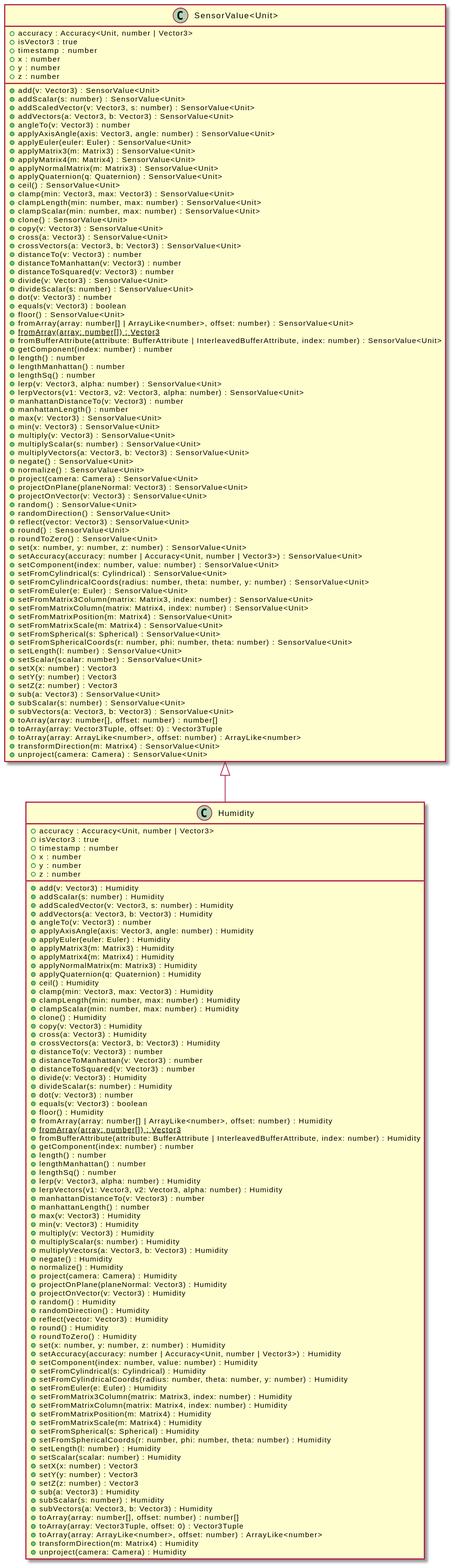
Earlier version of the PlantUML export assets/Humidity-umlClassDiagram-6049.svg (OpenHPS/openhps-core). The source it was exported from:
```plantuml
@startuml
skinparam BackgroundColor transparent
hide empty methods
hide empty fields
class "Humidity" {
    +accuracy : Accuracy<Unit, number | Vector3>
    +isVector3 : true
    +timestamp : number
    +x : number
    +y : number
    +z : number
    +add(v: Vector3) : Humidity
    +addScalar(s: number) : Humidity
    +addScaledVector(v: Vector3, s: number) : Humidity
    +addVectors(a: Vector3, b: Vector3) : Humidity
    +angleTo(v: Vector3) : number
    +applyAxisAngle(axis: Vector3, angle: number) : Humidity
    +applyEuler(euler: Euler) : Humidity
    +applyMatrix3(m: Matrix3) : Humidity
    +applyMatrix4(m: Matrix4) : Humidity
    +applyNormalMatrix(m: Matrix3) : Humidity
    +applyQuaternion(q: Quaternion) : Humidity
    +ceil() : Humidity
    +clamp(min: Vector3, max: Vector3) : Humidity
    +clampLength(min: number, max: number) : Humidity
    +clampScalar(min: number, max: number) : Humidity
    +clone() : Humidity
    +copy(v: Vector3) : Humidity
    +cross(a: Vector3) : Humidity
    +crossVectors(a: Vector3, b: Vector3) : Humidity
    +distanceTo(v: Vector3) : number
    +distanceToManhattan(v: Vector3) : number
    +distanceToSquared(v: Vector3) : number
    +divide(v: Vector3) : Humidity
    +divideScalar(s: number) : Humidity
    +dot(v: Vector3) : number
    +equals(v: Vector3) : boolean
    +floor() : Humidity
    +fromArray(array: number[] | ArrayLike<number>, offset: number) : Humidity
    {static} +fromArray(array: number[]) : Vector3
    +fromBufferAttribute(attribute: BufferAttribute | InterleavedBufferAttribute, index: number) : Humidity
    +getComponent(index: number) : number
    +length() : number
    +lengthManhattan() : number
    +lengthSq() : number
    +lerp(v: Vector3, alpha: number) : Humidity
    +lerpVectors(v1: Vector3, v2: Vector3, alpha: number) : Humidity
    +manhattanDistanceTo(v: Vector3) : number
    +manhattanLength() : number
    +max(v: Vector3) : Humidity
    +min(v: Vector3) : Humidity
    +multiply(v: Vector3) : Humidity
    +multiplyScalar(s: number) : Humidity
    +multiplyVectors(a: Vector3, b: Vector3) : Humidity
    +negate() : Humidity
    +normalize() : Humidity
    +project(camera: Camera) : Humidity
    +projectOnPlane(planeNormal: Vector3) : Humidity
    +projectOnVector(v: Vector3) : Humidity
    +random() : Humidity
    +randomDirection() : Humidity
    +reflect(vector: Vector3) : Humidity
    +round() : Humidity
    +roundToZero() : Humidity
    +set(x: number, y: number, z: number) : Humidity
    +setAccuracy(accuracy: number | Accuracy<Unit, number | Vector3>) : Humidity
    +setComponent(index: number, value: number) : Humidity
    +setFromCylindrical(s: Cylindrical) : Humidity
    +setFromCylindricalCoords(radius: number, theta: number, y: number) : Humidity
    +setFromEuler(e: Euler) : Humidity
    +setFromMatrix3Column(matrix: Matrix3, index: number) : Humidity
    +setFromMatrixColumn(matrix: Matrix4, index: number) : Humidity
    +setFromMatrixPosition(m: Matrix4) : Humidity
    +setFromMatrixScale(m: Matrix4) : Humidity
    +setFromSpherical(s: Spherical) : Humidity
    +setFromSphericalCoords(r: number, phi: number, theta: number) : Humidity
    +setLength(l: number) : Humidity
    +setScalar(scalar: number) : Humidity
    +setX(x: number) : Vector3
    +setY(y: number) : Vector3
    +setZ(z: number) : Vector3
    +sub(a: Vector3) : Humidity
    +subScalar(s: number) : Humidity
    +subVectors(a: Vector3, b: Vector3) : Humidity
    +toArray(array: number[], offset: number) : number[]
    +toArray(array: Vector3Tuple, offset: 0) : Vector3Tuple
    +toArray(array: ArrayLike<number>, offset: number) : ArrayLike<number>
    +transformDirection(m: Matrix4) : Humidity
    +unproject(camera: Camera) : Humidity
}
class "SensorValue<Unit>" {
    +accuracy : Accuracy<Unit, number | Vector3>
    +isVector3 : true
    +timestamp : number
    +x : number
    +y : number
    +z : number
    +add(v: Vector3) : SensorValue<Unit>
    +addScalar(s: number) : SensorValue<Unit>
    +addScaledVector(v: Vector3, s: number) : SensorValue<Unit>
    +addVectors(a: Vector3, b: Vector3) : SensorValue<Unit>
    +angleTo(v: Vector3) : number
    +applyAxisAngle(axis: Vector3, angle: number) : SensorValue<Unit>
    +applyEuler(euler: Euler) : SensorValue<Unit>
    +applyMatrix3(m: Matrix3) : SensorValue<Unit>
    +applyMatrix4(m: Matrix4) : SensorValue<Unit>
    +applyNormalMatrix(m: Matrix3) : SensorValue<Unit>
    +applyQuaternion(q: Quaternion) : SensorValue<Unit>
    +ceil() : SensorValue<Unit>
    +clamp(min: Vector3, max: Vector3) : SensorValue<Unit>
    +clampLength(min: number, max: number) : SensorValue<Unit>
    +clampScalar(min: number, max: number) : SensorValue<Unit>
    +clone() : SensorValue<Unit>
    +copy(v: Vector3) : SensorValue<Unit>
    +cross(a: Vector3) : SensorValue<Unit>
    +crossVectors(a: Vector3, b: Vector3) : SensorValue<Unit>
    +distanceTo(v: Vector3) : number
    +distanceToManhattan(v: Vector3) : number
    +distanceToSquared(v: Vector3) : number
    +divide(v: Vector3) : SensorValue<Unit>
    +divideScalar(s: number) : SensorValue<Unit>
    +dot(v: Vector3) : number
    +equals(v: Vector3) : boolean
    +floor() : SensorValue<Unit>
    +fromArray(array: number[] | ArrayLike<number>, offset: number) : SensorValue<Unit>
    {static} +fromArray(array: number[]) : Vector3
    +fromBufferAttribute(attribute: BufferAttribute | InterleavedBufferAttribute, index: number) : SensorValue<Unit>
    +getComponent(index: number) : number
    +length() : number
    +lengthManhattan() : number
    +lengthSq() : number
    +lerp(v: Vector3, alpha: number) : SensorValue<Unit>
    +lerpVectors(v1: Vector3, v2: Vector3, alpha: number) : SensorValue<Unit>
    +manhattanDistanceTo(v: Vector3) : number
    +manhattanLength() : number
    +max(v: Vector3) : SensorValue<Unit>
    +min(v: Vector3) : SensorValue<Unit>
    +multiply(v: Vector3) : SensorValue<Unit>
    +multiplyScalar(s: number) : SensorValue<Unit>
    +multiplyVectors(a: Vector3, b: Vector3) : SensorValue<Unit>
    +negate() : SensorValue<Unit>
    +normalize() : SensorValue<Unit>
    +project(camera: Camera) : SensorValue<Unit>
    +projectOnPlane(planeNormal: Vector3) : SensorValue<Unit>
    +projectOnVector(v: Vector3) : SensorValue<Unit>
    +random() : SensorValue<Unit>
    +randomDirection() : SensorValue<Unit>
    +reflect(vector: Vector3) : SensorValue<Unit>
    +round() : SensorValue<Unit>
    +roundToZero() : SensorValue<Unit>
    +set(x: number, y: number, z: number) : SensorValue<Unit>
    +setAccuracy(accuracy: number | Accuracy<Unit, number | Vector3>) : SensorValue<Unit>
    +setComponent(index: number, value: number) : SensorValue<Unit>
    +setFromCylindrical(s: Cylindrical) : SensorValue<Unit>
    +setFromCylindricalCoords(radius: number, theta: number, y: number) : SensorValue<Unit>
    +setFromEuler(e: Euler) : SensorValue<Unit>
    +setFromMatrix3Column(matrix: Matrix3, index: number) : SensorValue<Unit>
    +setFromMatrixColumn(matrix: Matrix4, index: number) : SensorValue<Unit>
    +setFromMatrixPosition(m: Matrix4) : SensorValue<Unit>
    +setFromMatrixScale(m: Matrix4) : SensorValue<Unit>
    +setFromSpherical(s: Spherical) : SensorValue<Unit>
    +setFromSphericalCoords(r: number, phi: number, theta: number) : SensorValue<Unit>
    +setLength(l: number) : SensorValue<Unit>
    +setScalar(scalar: number) : SensorValue<Unit>
    +setX(x: number) : Vector3
    +setY(y: number) : Vector3
    +setZ(z: number) : Vector3
    +sub(a: Vector3) : SensorValue<Unit>
    +subScalar(s: number) : SensorValue<Unit>
    +subVectors(a: Vector3, b: Vector3) : SensorValue<Unit>
    +toArray(array: number[], offset: number) : number[]
    +toArray(array: Vector3Tuple, offset: 0) : Vector3Tuple
    +toArray(array: ArrayLike<number>, offset: number) : ArrayLike<number>
    +transformDirection(m: Matrix4) : SensorValue<Unit>
    +unproject(camera: Camera) : SensorValue<Unit>
}
"SensorValue<Unit>" <|-- "Humidity"
@enduml
```
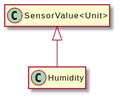
After the commit.

The edit, as a diff of the source:
```diff
@@ -3,176 +3,8 @@
 hide empty methods
 hide empty fields
 class "Humidity" {
-    +accuracy : Accuracy<Unit, number | Vector3>
-    +isVector3 : true
-    +timestamp : number
-    +x : number
-    +y : number
-    +z : number
-    +add(v: Vector3) : Humidity
-    +addScalar(s: number) : Humidity
-    +addScaledVector(v: Vector3, s: number) : Humidity
-    +addVectors(a: Vector3, b: Vector3) : Humidity
-    +angleTo(v: Vector3) : number
-    +applyAxisAngle(axis: Vector3, angle: number) : Humidity
-    +applyEuler(euler: Euler) : Humidity
-    +applyMatrix3(m: Matrix3) : Humidity
-    +applyMatrix4(m: Matrix4) : Humidity
-    +applyNormalMatrix(m: Matrix3) : Humidity
-    +applyQuaternion(q: Quaternion) : Humidity
-    +ceil() : Humidity
-    +clamp(min: Vector3, max: Vector3) : Humidity
-    +clampLength(min: number, max: number) : Humidity
-    +clampScalar(min: number, max: number) : Humidity
-    +clone() : Humidity
-    +copy(v: Vector3) : Humidity
-    +cross(a: Vector3) : Humidity
-    +crossVectors(a: Vector3, b: Vector3) : Humidity
-    +distanceTo(v: Vector3) : number
-    +distanceToManhattan(v: Vector3) : number
-    +distanceToSquared(v: Vector3) : number
-    +divide(v: Vector3) : Humidity
-    +divideScalar(s: number) : Humidity
-    +dot(v: Vector3) : number
-    +equals(v: Vector3) : boolean
-    +floor() : Humidity
-    +fromArray(array: number[] | ArrayLike<number>, offset: number) : Humidity
-    {static} +fromArray(array: number[]) : Vector3
-    +fromBufferAttribute(attribute: BufferAttribute | InterleavedBufferAttribute, index: number) : Humidity
-    +getComponent(index: number) : number
-    +length() : number
-    +lengthManhattan() : number
-    +lengthSq() : number
-    +lerp(v: Vector3, alpha: number) : Humidity
-    +lerpVectors(v1: Vector3, v2: Vector3, alpha: number) : Humidity
-    +manhattanDistanceTo(v: Vector3) : number
-    +manhattanLength() : number
-    +max(v: Vector3) : Humidity
-    +min(v: Vector3) : Humidity
-    +multiply(v: Vector3) : Humidity
-    +multiplyScalar(s: number) : Humidity
-    +multiplyVectors(a: Vector3, b: Vector3) : Humidity
-    +negate() : Humidity
-    +normalize() : Humidity
-    +project(camera: Camera) : Humidity
-    +projectOnPlane(planeNormal: Vector3) : Humidity
-    +projectOnVector(v: Vector3) : Humidity
-    +random() : Humidity
-    +randomDirection() : Humidity
-    +reflect(vector: Vector3) : Humidity
-    +round() : Humidity
-    +roundToZero() : Humidity
-    +set(x: number, y: number, z: number) : Humidity
-    +setAccuracy(accuracy: number | Accuracy<Unit, number | Vector3>) : Humidity
-    +setComponent(index: number, value: number) : Humidity
-    +setFromCylindrical(s: Cylindrical) : Humidity
-    +setFromCylindricalCoords(radius: number, theta: number, y: number) : Humidity
-    +setFromEuler(e: Euler) : Humidity
-    +setFromMatrix3Column(matrix: Matrix3, index: number) : Humidity
-    +setFromMatrixColumn(matrix: Matrix4, index: number) : Humidity
-    +setFromMatrixPosition(m: Matrix4) : Humidity
-    +setFromMatrixScale(m: Matrix4) : Humidity
-    +setFromSpherical(s: Spherical) : Humidity
-    +setFromSphericalCoords(r: number, phi: number, theta: number) : Humidity
-    +setLength(l: number) : Humidity
-    +setScalar(scalar: number) : Humidity
-    +setX(x: number) : Vector3
-    +setY(y: number) : Vector3
-    +setZ(z: number) : Vector3
-    +sub(a: Vector3) : Humidity
-    +subScalar(s: number) : Humidity
-    +subVectors(a: Vector3, b: Vector3) : Humidity
-    +toArray(array: number[], offset: number) : number[]
-    +toArray(array: Vector3Tuple, offset: 0) : Vector3Tuple
-    +toArray(array: ArrayLike<number>, offset: number) : ArrayLike<number>
-    +transformDirection(m: Matrix4) : Humidity
-    +unproject(camera: Camera) : Humidity
 }
 class "SensorValue<Unit>" {
-    +accuracy : Accuracy<Unit, number | Vector3>
-    +isVector3 : true
-    +timestamp : number
-    +x : number
-    +y : number
-    +z : number
-    +add(v: Vector3) : SensorValue<Unit>
-    +addScalar(s: number) : SensorValue<Unit>
-    +addScaledVector(v: Vector3, s: number) : SensorValue<Unit>
-    +addVectors(a: Vector3, b: Vector3) : SensorValue<Unit>
-    +angleTo(v: Vector3) : number
-    +applyAxisAngle(axis: Vector3, angle: number) : SensorValue<Unit>
-    +applyEuler(euler: Euler) : SensorValue<Unit>
-    +applyMatrix3(m: Matrix3) : SensorValue<Unit>
-    +applyMatrix4(m: Matrix4) : SensorValue<Unit>
-    +applyNormalMatrix(m: Matrix3) : SensorValue<Unit>
-    +applyQuaternion(q: Quaternion) : SensorValue<Unit>
-    +ceil() : SensorValue<Unit>
-    +clamp(min: Vector3, max: Vector3) : SensorValue<Unit>
-    +clampLength(min: number, max: number) : SensorValue<Unit>
-    +clampScalar(min: number, max: number) : SensorValue<Unit>
-    +clone() : SensorValue<Unit>
-    +copy(v: Vector3) : SensorValue<Unit>
-    +cross(a: Vector3) : SensorValue<Unit>
-    +crossVectors(a: Vector3, b: Vector3) : SensorValue<Unit>
-    +distanceTo(v: Vector3) : number
-    +distanceToManhattan(v: Vector3) : number
-    +distanceToSquared(v: Vector3) : number
-    +divide(v: Vector3) : SensorValue<Unit>
-    +divideScalar(s: number) : SensorValue<Unit>
-    +dot(v: Vector3) : number
-    +equals(v: Vector3) : boolean
-    +floor() : SensorValue<Unit>
-    +fromArray(array: number[] | ArrayLike<number>, offset: number) : SensorValue<Unit>
-    {static} +fromArray(array: number[]) : Vector3
-    +fromBufferAttribute(attribute: BufferAttribute | InterleavedBufferAttribute, index: number) : SensorValue<Unit>
-    +getComponent(index: number) : number
-    +length() : number
-    +lengthManhattan() : number
-    +lengthSq() : number
-    +lerp(v: Vector3, alpha: number) : SensorValue<Unit>
-    +lerpVectors(v1: Vector3, v2: Vector3, alpha: number) : SensorValue<Unit>
-    +manhattanDistanceTo(v: Vector3) : number
-    +manhattanLength() : number
-    +max(v: Vector3) : SensorValue<Unit>
-    +min(v: Vector3) : SensorValue<Unit>
-    +multiply(v: Vector3) : SensorValue<Unit>
-    +multiplyScalar(s: number) : SensorValue<Unit>
-    +multiplyVectors(a: Vector3, b: Vector3) : SensorValue<Unit>
-    +negate() : SensorValue<Unit>
-    +normalize() : SensorValue<Unit>
-    +project(camera: Camera) : SensorValue<Unit>
-    +projectOnPlane(planeNormal: Vector3) : SensorValue<Unit>
-    +projectOnVector(v: Vector3) : SensorValue<Unit>
-    +random() : SensorValue<Unit>
-    +randomDirection() : SensorValue<Unit>
-    +reflect(vector: Vector3) : SensorValue<Unit>
-    +round() : SensorValue<Unit>
-    +roundToZero() : SensorValue<Unit>
-    +set(x: number, y: number, z: number) : SensorValue<Unit>
-    +setAccuracy(accuracy: number | Accuracy<Unit, number | Vector3>) : SensorValue<Unit>
-    +setComponent(index: number, value: number) : SensorValue<Unit>
-    +setFromCylindrical(s: Cylindrical) : SensorValue<Unit>
-    +setFromCylindricalCoords(radius: number, theta: number, y: number) : SensorValue<Unit>
-    +setFromEuler(e: Euler) : SensorValue<Unit>
-    +setFromMatrix3Column(matrix: Matrix3, index: number) : SensorValue<Unit>
-    +setFromMatrixColumn(matrix: Matrix4, index: number) : SensorValue<Unit>
-    +setFromMatrixPosition(m: Matrix4) : SensorValue<Unit>
-    +setFromMatrixScale(m: Matrix4) : SensorValue<Unit>
-    +setFromSpherical(s: Spherical) : SensorValue<Unit>
-    +setFromSphericalCoords(r: number, phi: number, theta: number) : SensorValue<Unit>
-    +setLength(l: number) : SensorValue<Unit>
-    +setScalar(scalar: number) : SensorValue<Unit>
-    +setX(x: number) : Vector3
-    +setY(y: number) : Vector3
-    +setZ(z: number) : Vector3
-    +sub(a: Vector3) : SensorValue<Unit>
-    +subScalar(s: number) : SensorValue<Unit>
-    +subVectors(a: Vector3, b: Vector3) : SensorValue<Unit>
-    +toArray(array: number[], offset: number) : number[]
-    +toArray(array: Vector3Tuple, offset: 0) : Vector3Tuple
-    +toArray(array: ArrayLike<number>, offset: number) : ArrayLike<number>
-    +transformDirection(m: Matrix4) : SensorValue<Unit>
-    +unproject(camera: Camera) : SensorValue<Unit>
 }
 "SensorValue<Unit>" <|-- "Humidity"
 @enduml
```
